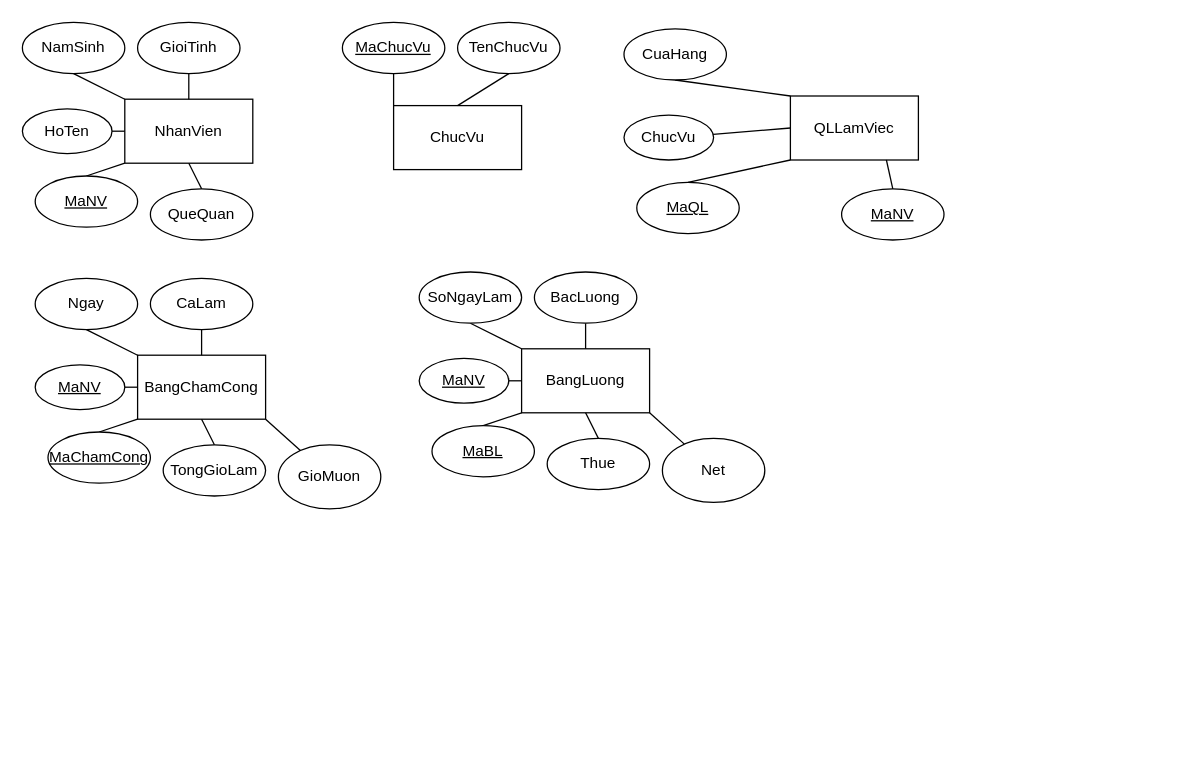
Above: page "Trang-1" (1 of 2) of BÀI TẬP THIẾT KẾ SƠ ĐỒ ER.drawio in hine16/hine16.github.io (draw.io), before the change. Source tidied: cells renumbered, new cells numbered last; positions are measured from the earlier drawing's top-left corner, leaving out a move shared by most shapes. Both pictures are drawn from the tidied source at 128%, with x=0, y=0 at pixel (22, 22).
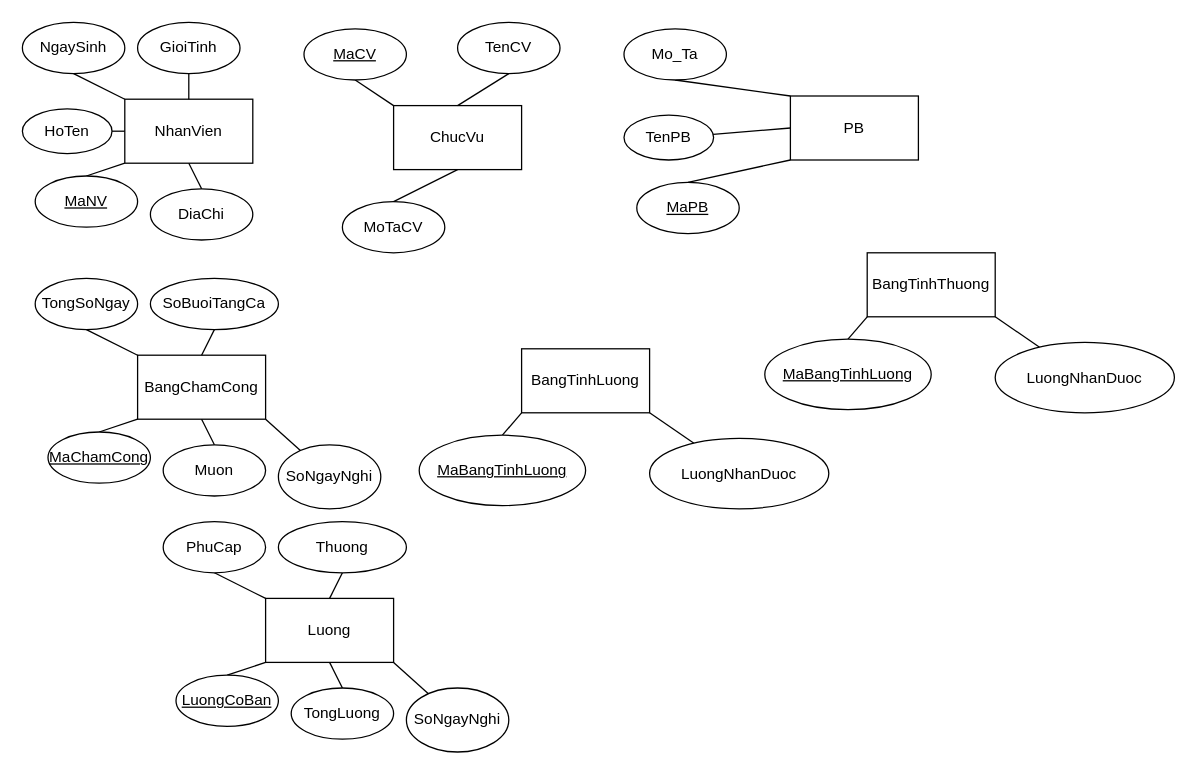
Above is the later version.

Commit message:
Cập nhật BÀI TẬP THIẾT KẾ SƠ ĐỒ ER.drawio

Unchanged cells that the change refers to:
```xml
<mxCell id="13" value="ChucVu" style="rounded=0;whiteSpace=wrap;html=1;" parent="1" vertex="1">
  <mxGeometry x="290" y="65" width="100" height="50" as="geometry" />
</mxCell>
<mxCell id="25" value="BangChamCong" style="rounded=0;whiteSpace=wrap;html=1;" parent="1" vertex="1">
  <mxGeometry x="90" y="260" width="100" height="50" as="geometry" />
</mxCell>
```

Diff of the diagram source:
```diff
@@
-    <mxCell id="8" value="NamSinh" style="ellipse;whiteSpace=wrap;html=1;" parent="1" vertex="1">
+    <mxCell id="8" value="NgaySinh" style="ellipse;whiteSpace=wrap;html=1;" parent="1" vertex="1">
       <mxGeometry width="80" height="40" as="geometry" />
     </mxCell>
@@
-    <mxCell id="11" value="QueQuan" style="ellipse;whiteSpace=wrap;html=1;" parent="1" vertex="1">
+    <mxCell id="11" value="DiaChi" style="ellipse;whiteSpace=wrap;html=1;" parent="1" vertex="1">
       <mxGeometry x="100" y="130" width="80" height="40" as="geometry" />
     </mxCell>
@@
-    <mxCell id="15" value="&lt;u&gt;MaChucVu&lt;/u&gt;" style="ellipse;whiteSpace=wrap;html=1;" parent="1" vertex="1">
-      <mxGeometry x="250" width="80" height="40" as="geometry" />
+    <mxCell id="15" value="&lt;u&gt;MaCV&lt;/u&gt;" style="ellipse;whiteSpace=wrap;html=1;" parent="1" vertex="1">
+      <mxGeometry x="220" y="5" width="80" height="40" as="geometry" />
     </mxCell>
@@
-    <mxCell id="17" value="TenChucVu" style="ellipse;whiteSpace=wrap;html=1;" parent="1" vertex="1">
+    <mxCell id="17" value="TenCV" style="ellipse;whiteSpace=wrap;html=1;" parent="1" vertex="1">
       <mxGeometry x="340" width="80" height="40" as="geometry" />
     </mxCell>
-    <mxCell id="18" value="QLLamViec" style="rounded=0;whiteSpace=wrap;html=1;" parent="1" vertex="1">
+    <mxCell id="18" value="PB" style="rounded=0;whiteSpace=wrap;html=1;" parent="1" vertex="1">
       <mxGeometry x="600" y="57.5" width="100" height="50" as="geometry" />
     </mxCell>
@@
-    <mxCell id="20" value="&lt;u&gt;MaQL&lt;/u&gt;" style="ellipse;whiteSpace=wrap;html=1;" parent="1" vertex="1">
+    <mxCell id="20" value="&lt;u&gt;MaPB&lt;/u&gt;" style="ellipse;whiteSpace=wrap;html=1;" parent="1" vertex="1">
       <mxGeometry x="480" y="125" width="80" height="40" as="geometry" />
     </mxCell>
@@
-    <mxCell id="22" value="ChucVu" style="ellipse;whiteSpace=wrap;html=1;" parent="1" vertex="1">
+    <mxCell id="22" value="TenPB" style="ellipse;whiteSpace=wrap;html=1;" parent="1" vertex="1">
       <mxGeometry x="470" y="72.5" width="70" height="35" as="geometry" />
     </mxCell>
@@
-    <mxCell id="24" value="CuaHang" style="ellipse;whiteSpace=wrap;html=1;" parent="1" vertex="1">
+    <mxCell id="24" value="Mo_Ta" style="ellipse;whiteSpace=wrap;html=1;" parent="1" vertex="1">
       <mxGeometry x="470" y="5" width="80" height="40" as="geometry" />
     </mxCell>
@@
-    <mxCell id="28" style="endArrow=none;html=1;rounded=0;exitX=0;exitY=0.5;exitDx=0;exitDy=0;" parent="1" edge="1" source="25" target="29">
-      <mxGeometry relative="1" as="geometry" />
-    </mxCell>
-    <mxCell id="29" value="&lt;u&gt;MaNV&lt;/u&gt;" style="ellipse;whiteSpace=wrap;html=1;" parent="1" vertex="1">
-      <mxGeometry x="10" y="267.5" width="70" height="35" as="geometry" />
-    </mxCell>
@@
-    <mxCell id="31" value="Ngay" style="ellipse;whiteSpace=wrap;html=1;" parent="1" vertex="1">
+    <mxCell id="31" value="TongSoNgay" style="ellipse;whiteSpace=wrap;html=1;" parent="1" vertex="1">
       <mxGeometry x="10" y="200" width="80" height="40" as="geometry" />
     </mxCell>
@@
-    <mxCell id="33" value="CaLam" style="ellipse;whiteSpace=wrap;html=1;" parent="1" vertex="1">
-      <mxGeometry x="100" y="200" width="80" height="40" as="geometry" />
+    <mxCell id="33" value="SoBuoiTangCa" style="ellipse;whiteSpace=wrap;html=1;" parent="1" vertex="1">
+      <mxGeometry x="100" y="200" width="100" height="40" as="geometry" />
     </mxCell>
-    <mxCell id="34" value="TongGioLam" style="ellipse;whiteSpace=wrap;html=1;" parent="1" vertex="1">
+    <mxCell id="34" value="Muon" style="ellipse;whiteSpace=wrap;html=1;" parent="1" vertex="1">
       <mxGeometry x="110" y="330" width="80" height="40" as="geometry" />
     </mxCell>
@@
-    <mxCell id="37" value="GioMuon" style="ellipse;whiteSpace=wrap;html=1;" parent="1" vertex="1">
+    <mxCell id="37" value="SoNgayNghi" style="ellipse;whiteSpace=wrap;html=1;" parent="1" vertex="1">
       <mxGeometry x="200" y="330" width="80" height="50" as="geometry" />
     </mxCell>
-    <mxCell id="38" value="BangLuong" style="rounded=0;whiteSpace=wrap;html=1;" parent="1" vertex="1">
+    <mxCell id="38" value="BangTinhLuong" style="rounded=0;whiteSpace=wrap;html=1;" parent="1" vertex="1">
       <mxGeometry x="390" y="255" width="100" height="50" as="geometry" />
     </mxCell>
@@
-    <mxCell id="40" value="&lt;u&gt;MaBL&lt;/u&gt;" style="ellipse;whiteSpace=wrap;html=1;" parent="1" vertex="1">
-      <mxGeometry x="320" y="315" width="80" height="40" as="geometry" />
+    <mxCell id="40" value="&lt;u&gt;MaBangTinhLuong&lt;/u&gt;" style="ellipse;whiteSpace=wrap;html=1;" parent="1" vertex="1">
+      <mxGeometry x="310" y="322.5" width="130" height="55" as="geometry" />
     </mxCell>
-    <mxCell id="41" style="endArrow=none;html=1;rounded=0;exitX=0;exitY=0.5;exitDx=0;exitDy=0;" parent="1" edge="1" source="38" target="42">
-      <mxGeometry relative="1" as="geometry" />
-    </mxCell>
-    <mxCell id="42" value="&lt;u&gt;MaNV&lt;/u&gt;" style="ellipse;whiteSpace=wrap;html=1;" parent="1" vertex="1">
-      <mxGeometry x="310" y="262.5" width="70" height="35" as="geometry" />
-    </mxCell>
-    <mxCell id="43" style="endArrow=none;html=1;rounded=0;entryX=0;entryY=0;entryDx=0;entryDy=0;exitX=0.5;exitY=1;exitDx=0;exitDy=0;" parent="1" edge="1" source="44" target="38">
-      <mxGeometry relative="1" as="geometry" />
-    </mxCell>
-    <mxCell id="44" value="SoNgayLam" style="ellipse;whiteSpace=wrap;html=1;" parent="1" vertex="1">
-      <mxGeometry x="310" y="195" width="80" height="40" as="geometry" />
-    </mxCell>
-    <mxCell id="45" style="endArrow=none;html=1;rounded=0;exitX=0.5;exitY=0;exitDx=0;exitDy=0;entryX=0.5;entryY=1;entryDx=0;entryDy=0;" parent="1" edge="1" source="38" target="46">
-      <mxGeometry relative="1" as="geometry" />
-    </mxCell>
-    <mxCell id="46" value="BacLuong" style="ellipse;whiteSpace=wrap;html=1;" parent="1" vertex="1">
-      <mxGeometry x="400" y="195" width="80" height="40" as="geometry" />
-    </mxCell>
-    <mxCell id="47" value="Thue" style="ellipse;whiteSpace=wrap;html=1;" parent="1" vertex="1">
-      <mxGeometry x="410" y="325" width="80" height="40" as="geometry" />
-    </mxCell>
-    <mxCell id="48" style="endArrow=none;html=1;rounded=0;entryX=0.5;entryY=1;entryDx=0;entryDy=0;exitX=0.5;exitY=0;exitDx=0;exitDy=0;" parent="1" edge="1" source="47" target="38">
-      <mxGeometry relative="1" as="geometry" />
-    </mxCell>
@@
-    <mxCell id="50" value="Net" style="ellipse;whiteSpace=wrap;html=1;" parent="1" vertex="1">
-      <mxGeometry x="500" y="325" width="80" height="50" as="geometry" />
+    <mxCell id="50" value="LuongNhanDuoc" style="ellipse;whiteSpace=wrap;html=1;" parent="1" vertex="1">
+      <mxGeometry x="490" y="325" width="140" height="55" as="geometry" />
     </mxCell>
-    <mxCell id="51" value="&lt;u&gt;MaNV&lt;/u&gt;" style="ellipse;whiteSpace=wrap;html=1;" parent="1" vertex="1">
-      <mxGeometry x="640" y="130" width="80" height="40" as="geometry" />
-    </mxCell>
-    <mxCell id="52" style="endArrow=none;html=1;rounded=0;entryX=0.75;entryY=1;entryDx=0;entryDy=0;exitX=0.5;exitY=0;exitDx=0;exitDy=0;" parent="1" edge="1" source="51" target="18">
-      <mxGeometry relative="1" as="geometry" />
-    </mxCell>
+    <mxCell id="53" value="BangTinhThuong" style="rounded=0;whiteSpace=wrap;html=1;" parent="1" vertex="1">
+      <mxGeometry x="660" y="180" width="100" height="50" as="geometry" />
+    </mxCell>
+    <mxCell id="54" style="endArrow=none;html=1;rounded=0;entryX=0;entryY=1;entryDx=0;entryDy=0;exitX=0.5;exitY=0;exitDx=0;exitDy=0;" parent="1" edge="1" source="55" target="53">
+      <mxGeometry relative="1" as="geometry" />
+    </mxCell>
+    <mxCell id="55" value="&lt;u&gt;MaBangTinhLuong&lt;/u&gt;" style="ellipse;whiteSpace=wrap;html=1;" parent="1" vertex="1">
+      <mxGeometry x="580" y="247.5" width="130" height="55" as="geometry" />
+    </mxCell>
+    <mxCell id="56" style="endArrow=none;html=1;rounded=0;exitX=1;exitY=1;exitDx=0;exitDy=0;" parent="1" edge="1" source="53" target="57">
+      <mxGeometry relative="1" as="geometry" />
+    </mxCell>
+    <mxCell id="57" value="LuongNhanDuoc" style="ellipse;whiteSpace=wrap;html=1;" parent="1" vertex="1">
+      <mxGeometry x="760" y="250" width="140" height="55" as="geometry" />
+    </mxCell>
+    <mxCell id="58" value="MoTaCV" style="ellipse;whiteSpace=wrap;html=1;" parent="1" vertex="1">
+      <mxGeometry x="250" y="140" width="80" height="40" as="geometry" />
+    </mxCell>
+    <mxCell id="59" style="endArrow=none;html=1;rounded=0;entryX=0.5;entryY=0;entryDx=0;entryDy=0;exitX=0.5;exitY=1;exitDx=0;exitDy=0;" parent="1" edge="1" source="13" target="58">
+      <mxGeometry relative="1" as="geometry" />
+    </mxCell>
+    <mxCell id="60" value="Luong" style="rounded=0;whiteSpace=wrap;html=1;" parent="1" vertex="1">
+      <mxGeometry x="190" y="450" width="100" height="50" as="geometry" />
+    </mxCell>
+    <mxCell id="61" style="endArrow=none;html=1;rounded=0;entryX=0;entryY=1;entryDx=0;entryDy=0;exitX=0.5;exitY=0;exitDx=0;exitDy=0;" parent="1" edge="1" source="62" target="60">
+      <mxGeometry relative="1" as="geometry" />
+    </mxCell>
+    <mxCell id="62" value="&lt;u&gt;LuongCoBan&lt;/u&gt;" style="ellipse;whiteSpace=wrap;html=1;" parent="1" vertex="1">
+      <mxGeometry x="120" y="510" width="80" height="40" as="geometry" />
+    </mxCell>
+    <mxCell id="63" style="endArrow=none;html=1;rounded=0;entryX=0;entryY=0;entryDx=0;entryDy=0;exitX=0.5;exitY=1;exitDx=0;exitDy=0;" parent="1" edge="1" source="64" target="60">
+      <mxGeometry relative="1" as="geometry" />
+    </mxCell>
+    <mxCell id="64" value="PhuCap" style="ellipse;whiteSpace=wrap;html=1;" parent="1" vertex="1">
+      <mxGeometry x="110" y="390" width="80" height="40" as="geometry" />
+    </mxCell>
+    <mxCell id="65" style="endArrow=none;html=1;rounded=0;exitX=0.5;exitY=0;exitDx=0;exitDy=0;entryX=0.5;entryY=1;entryDx=0;entryDy=0;" parent="1" edge="1" source="60" target="66">
+      <mxGeometry relative="1" as="geometry" />
+    </mxCell>
+    <mxCell id="66" value="Thuong" style="ellipse;whiteSpace=wrap;html=1;" parent="1" vertex="1">
+      <mxGeometry x="200" y="390" width="100" height="40" as="geometry" />
+    </mxCell>
+    <mxCell id="67" value="TongLuong" style="ellipse;whiteSpace=wrap;html=1;" parent="1" vertex="1">
+      <mxGeometry x="210" y="520" width="80" height="40" as="geometry" />
+    </mxCell>
+    <mxCell id="68" style="endArrow=none;html=1;rounded=0;entryX=0.5;entryY=1;entryDx=0;entryDy=0;exitX=0.5;exitY=0;exitDx=0;exitDy=0;" parent="1" edge="1" source="67" target="60">
+      <mxGeometry relative="1" as="geometry" />
+    </mxCell>
+    <mxCell id="69" style="endArrow=none;html=1;rounded=0;exitX=1;exitY=1;exitDx=0;exitDy=0;" parent="1" edge="1" source="60" target="70">
+      <mxGeometry relative="1" as="geometry" />
+    </mxCell>
+    <mxCell id="70" value="SoNgayNghi" style="ellipse;whiteSpace=wrap;html=1;" parent="1" vertex="1">
+      <mxGeometry x="300" y="520" width="80" height="50" as="geometry" />
+    </mxCell>
```
